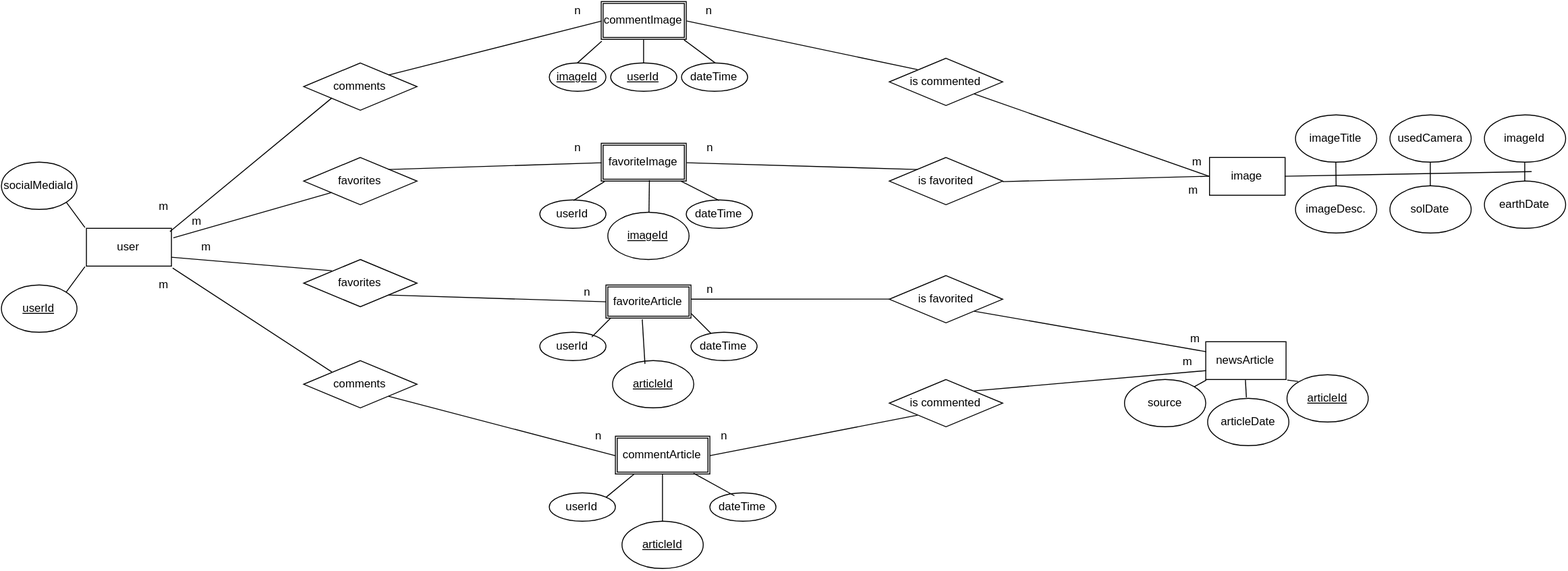
jordanv215/team-curiosity keeps this draw.io diagram as epic/media/entity-relationship-diagram.svg. Above is the earlier version. Source tidied: cells renumbered, new cells last; positions are measured from the earlier drawing's top-left corner, leaving out a move shared by most shapes. The source it was exported from:
```xml
<mxGraphModel background="#ffffff">
  <root>
    <mxCell id="0" />
    <mxCell id="1" parent="0" />
    <mxCell id="2" value="newsArticle" style="whiteSpace=wrap;html=1;" parent="1" vertex="1">
      <mxGeometry x="1275" y="360" width="85" height="40" as="geometry" />
    </mxCell>
    <mxCell id="3" value="image" style="whiteSpace=wrap;html=1;" parent="1" vertex="1">
      <mxGeometry x="1279" y="165" width="80" height="40" as="geometry" />
    </mxCell>
    <mxCell id="4" value="user" style="whiteSpace=wrap;html=1;" parent="1" vertex="1">
      <mxGeometry x="90" y="240" width="90" height="40" as="geometry" />
    </mxCell>
    <mxCell id="5" value="comments" style="rhombus;whiteSpace=wrap;html=1;" parent="1" vertex="1">
      <mxGeometry x="320" y="65" width="120" height="50" as="geometry" />
    </mxCell>
    <mxCell id="6" value="favorites" style="rhombus;whiteSpace=wrap;html=1;" parent="1" vertex="1">
      <mxGeometry x="320" y="273" width="120" height="50" as="geometry" />
    </mxCell>
    <mxCell id="7" value="is favorited" style="rhombus;whiteSpace=wrap;html=1;" parent="1" vertex="1">
      <mxGeometry x="940" y="290" width="120" height="50" as="geometry" />
    </mxCell>
    <mxCell id="8" value="is commented" style="rhombus;whiteSpace=wrap;html=1;" parent="1" vertex="1">
      <mxGeometry x="940" y="60" width="120" height="50" as="geometry" />
    </mxCell>
    <mxCell id="9" value="socialMediaId" style="ellipse;whiteSpace=wrap;html=1;" parent="1" vertex="1">
      <mxGeometry y="170" width="80" height="50" as="geometry" />
    </mxCell>
    <mxCell id="10" value="&lt;u&gt;userId&lt;/u&gt;" style="ellipse;whiteSpace=wrap;html=1;" parent="1" vertex="1">
      <mxGeometry y="300" width="80" height="50" as="geometry" />
    </mxCell>
    <mxCell id="11" value="commentImage" style="shape=ext;double=1;whiteSpace=wrap;html=1;" parent="1" vertex="1">
      <mxGeometry x="635" width="90" height="40" as="geometry" />
    </mxCell>
    <mxCell id="12" value="imageId" style="ellipse;whiteSpace=wrap;html=1;" parent="1" vertex="1">
      <mxGeometry x="1570" y="120" width="86" height="50" as="geometry" />
    </mxCell>
    <mxCell id="13" value="favoriteImage&lt;br&gt;" style="shape=ext;double=1;whiteSpace=wrap;html=1;" parent="1" vertex="1">
      <mxGeometry x="635" y="150" width="90" height="40" as="geometry" />
    </mxCell>
    <mxCell id="14" value="favoriteArticle" style="shape=ext;double=1;whiteSpace=wrap;html=1;" parent="1" vertex="1">
      <mxGeometry x="640" y="300" width="90" height="35" as="geometry" />
    </mxCell>
    <mxCell id="15" value="imageTitle" style="ellipse;whiteSpace=wrap;html=1;" parent="1" vertex="1">
      <mxGeometry x="1370" y="120" width="86" height="50" as="geometry" />
    </mxCell>
    <mxCell id="16" value="commentArticle" style="shape=ext;double=1;whiteSpace=wrap;html=1;" parent="1" vertex="1">
      <mxGeometry x="650" y="460" width="100" height="40" as="geometry" />
    </mxCell>
    <mxCell id="17" value="imageDesc." style="ellipse;whiteSpace=wrap;html=1;" parent="1" vertex="1">
      <mxGeometry x="1370" y="195" width="86" height="50" as="geometry" />
    </mxCell>
    <mxCell id="18" value="usedCamera" style="ellipse;whiteSpace=wrap;html=1;" parent="1" vertex="1">
      <mxGeometry x="1470" y="120" width="86" height="50" as="geometry" />
    </mxCell>
    <mxCell id="19" value="earthDate" style="ellipse;whiteSpace=wrap;html=1;" parent="1" vertex="1">
      <mxGeometry x="1570" y="190" width="86" height="50" as="geometry" />
    </mxCell>
    <mxCell id="20" value="solDate" style="ellipse;whiteSpace=wrap;html=1;" parent="1" vertex="1">
      <mxGeometry x="1470" y="195" width="86" height="50" as="geometry" />
    </mxCell>
    <mxCell id="21" value="is commented" style="rhombus;whiteSpace=wrap;html=1;" parent="1" vertex="1">
      <mxGeometry x="940" y="400" width="120" height="50" as="geometry" />
    </mxCell>
    <mxCell id="22" value="&lt;u&gt;articleId&lt;/u&gt;" style="ellipse;whiteSpace=wrap;html=1;" parent="1" vertex="1">
      <mxGeometry x="1361" y="395" width="86" height="50" as="geometry" />
    </mxCell>
    <mxCell id="23" value="source" style="ellipse;whiteSpace=wrap;html=1;" parent="1" vertex="1">
      <mxGeometry x="1189" y="400" width="86" height="50" as="geometry" />
    </mxCell>
    <mxCell id="24" value="is favorited" style="rhombus;whiteSpace=wrap;html=1;" parent="1" vertex="1">
      <mxGeometry x="940" y="165" width="120" height="50" as="geometry" />
    </mxCell>
    <mxCell id="25" value="articleDate" style="ellipse;whiteSpace=wrap;html=1;" parent="1" vertex="1">
      <mxGeometry x="1277" y="420" width="86" height="50" as="geometry" />
    </mxCell>
    <mxCell id="26" value="comments" style="rhombus;whiteSpace=wrap;html=1;" parent="1" vertex="1">
      <mxGeometry x="320" y="380" width="120" height="50" as="geometry" />
    </mxCell>
    <mxCell id="27" value="favorites" style="rhombus;whiteSpace=wrap;html=1;" parent="1" vertex="1">
      <mxGeometry x="320" y="165" width="120" height="50" as="geometry" />
    </mxCell>
    <mxCell id="28" value="dateTime" style="ellipse;whiteSpace=wrap;html=1;" parent="1" vertex="1">
      <mxGeometry x="720" y="65" width="70" height="30" as="geometry" />
    </mxCell>
    <mxCell id="29" value="&lt;u&gt;userId&lt;/u&gt;" style="ellipse;whiteSpace=wrap;html=1;" parent="1" vertex="1">
      <mxGeometry x="645" y="65" width="70" height="30" as="geometry" />
    </mxCell>
    <mxCell id="30" value="&lt;u&gt;imageId&lt;/u&gt;" style="ellipse;whiteSpace=wrap;html=1;" parent="1" vertex="1">
      <mxGeometry x="580" y="65" width="60" height="30" as="geometry" />
    </mxCell>
    <mxCell id="31" value="dateTime" style="ellipse;whiteSpace=wrap;html=1;" parent="1" vertex="1">
      <mxGeometry x="730" y="350" width="70" height="30" as="geometry" />
    </mxCell>
    <mxCell id="32" value="dateTime" style="ellipse;whiteSpace=wrap;html=1;" parent="1" vertex="1">
      <mxGeometry x="750" y="520" width="70" height="30" as="geometry" />
    </mxCell>
    <mxCell id="33" value="dateTime" style="ellipse;whiteSpace=wrap;html=1;" parent="1" vertex="1">
      <mxGeometry x="725" y="210" width="70" height="30" as="geometry" />
    </mxCell>
    <mxCell id="34" value="userId" style="ellipse;whiteSpace=wrap;html=1;" parent="1" vertex="1">
      <mxGeometry x="570" y="210" width="70" height="30" as="geometry" />
    </mxCell>
    <mxCell id="35" value="userId" style="ellipse;whiteSpace=wrap;html=1;" parent="1" vertex="1">
      <mxGeometry x="570" y="350" width="70" height="30" as="geometry" />
    </mxCell>
    <mxCell id="36" style="endArrow=none;html=1;entryX=0.011;entryY=1.05;entryPerimeter=0;exitX=0.5;exitY=0;" parent="1" edge="1" source="30" target="11">
      <mxGeometry relative="1" as="geometry" />
    </mxCell>
    <mxCell id="37" value="userId" style="ellipse;whiteSpace=wrap;html=1;" parent="1" vertex="1">
      <mxGeometry x="580" y="520" width="70" height="30" as="geometry" />
    </mxCell>
    <mxCell id="38" style="endArrow=none;html=1;entryX=0.5;entryY=1;exitX=0.5;exitY=0;" parent="1" edge="1" source="29" target="11">
      <mxGeometry relative="1" as="geometry" />
    </mxCell>
    <mxCell id="39" style="endArrow=none;html=1;exitX=0.5;exitY=0;entryX=0.967;entryY=1.025;entryPerimeter=0;" parent="1" edge="1" source="28" target="11">
      <mxGeometry relative="1" as="geometry" />
    </mxCell>
    <mxCell id="40" value="&lt;u&gt;imageId&lt;/u&gt;" style="ellipse;whiteSpace=wrap;html=1;" parent="1" vertex="1">
      <mxGeometry x="642" y="223" width="86" height="50" as="geometry" />
    </mxCell>
    <mxCell id="41" style="endArrow=none;html=1;exitX=-0.011;exitY=-0.025;exitPerimeter=0;entryX=1;entryY=1;" parent="1" edge="1" source="4" target="9">
      <mxGeometry relative="1" as="geometry" />
    </mxCell>
    <mxCell id="42" style="endArrow=none;html=1;exitX=-0.022;exitY=1.025;exitPerimeter=0;entryX=1;entryY=0;" parent="1" edge="1" source="4" target="10">
      <mxGeometry relative="1" as="geometry" />
    </mxCell>
    <mxCell id="43" style="endArrow=none;html=1;entryX=0;entryY=1;exitX=0.989;exitY=0.075;exitPerimeter=0;" parent="1" edge="1" source="4" target="5">
      <mxGeometry relative="1" as="geometry" />
    </mxCell>
    <mxCell id="44" style="endArrow=none;html=1;entryX=0;entryY=1;" parent="1" edge="1" target="27">
      <mxGeometry relative="1" as="geometry">
        <mxPoint x="182" y="250" as="sourcePoint" />
      </mxGeometry>
    </mxCell>
    <mxCell id="45" value="&lt;u&gt;articleId&lt;/u&gt;" style="ellipse;whiteSpace=wrap;html=1;" parent="1" vertex="1">
      <mxGeometry x="647" y="380" width="86" height="50" as="geometry" />
    </mxCell>
    <mxCell id="46" value="&lt;u&gt;articleId&lt;/u&gt;" style="ellipse;whiteSpace=wrap;html=1;" parent="1" vertex="1">
      <mxGeometry x="657" y="550" width="86" height="50" as="geometry" />
    </mxCell>
    <mxCell id="47" style="endArrow=none;html=1;entryX=0;entryY=0;exitX=1;exitY=0.75;" parent="1" edge="1" source="4" target="6">
      <mxGeometry relative="1" as="geometry" />
    </mxCell>
    <mxCell id="48" style="endArrow=none;html=1;entryX=0;entryY=0;exitX=1.011;exitY=1.05;exitPerimeter=0;" parent="1" edge="1" source="4" target="26">
      <mxGeometry relative="1" as="geometry" />
    </mxCell>
    <mxCell id="49" style="endArrow=none;html=1;" parent="1" edge="1">
      <mxGeometry relative="1" as="geometry">
        <mxPoint x="625" y="355" as="sourcePoint" />
        <mxPoint x="645" y="335" as="targetPoint" />
      </mxGeometry>
    </mxCell>
    <mxCell id="50" style="endArrow=none;html=1;entryX=0.433;entryY=1.029;entryPerimeter=0;exitX=0.395;exitY=0.06;exitPerimeter=0;" parent="1" edge="1" source="45" target="14">
      <mxGeometry relative="1" as="geometry" />
    </mxCell>
    <mxCell id="51" style="endArrow=none;html=1;exitX=0;exitY=0.5;entryX=1;entryY=0;" parent="1" edge="1" source="11" target="5">
      <mxGeometry relative="1" as="geometry" />
    </mxCell>
    <mxCell id="52" style="endArrow=none;html=1;entryX=0;entryY=0.5;exitX=1;exitY=0;" parent="1" edge="1" source="27" target="13">
      <mxGeometry relative="1" as="geometry" />
    </mxCell>
    <mxCell id="53" style="endArrow=none;html=1;" parent="1" edge="1" target="31">
      <mxGeometry relative="1" as="geometry">
        <mxPoint x="730" y="330" as="sourcePoint" />
      </mxGeometry>
    </mxCell>
    <mxCell id="54" style="endArrow=none;html=1;entryX=0;entryY=0.5;exitX=1;exitY=1;" parent="1" edge="1" source="6" target="14">
      <mxGeometry relative="1" as="geometry" />
    </mxCell>
    <mxCell id="55" style="endArrow=none;html=1;entryX=0;entryY=0.5;exitX=1;exitY=1;" parent="1" edge="1" source="26" target="16">
      <mxGeometry relative="1" as="geometry" />
    </mxCell>
    <mxCell id="56" style="endArrow=none;html=1;exitX=1;exitY=0;" parent="1" edge="1" source="37">
      <mxGeometry relative="1" as="geometry">
        <mxPoint x="670" y="500" as="targetPoint" />
      </mxGeometry>
    </mxCell>
    <mxCell id="57" style="endArrow=none;html=1;exitX=0.5;exitY=0;" parent="1" edge="1" source="40">
      <mxGeometry relative="1" as="geometry">
        <mxPoint x="686" y="189" as="targetPoint" />
      </mxGeometry>
    </mxCell>
    <mxCell id="58" style="endArrow=none;html=1;entryX=0.5;entryY=1;exitX=0.5;exitY=0;" parent="1" edge="1" source="46" target="16">
      <mxGeometry relative="1" as="geometry" />
    </mxCell>
    <mxCell id="59" style="endArrow=none;html=1;exitX=0.82;exitY=0.975;exitPerimeter=0;" parent="1" edge="1" source="16">
      <mxGeometry relative="1" as="geometry">
        <mxPoint x="776" y="523" as="targetPoint" />
      </mxGeometry>
    </mxCell>
    <mxCell id="60" style="endArrow=none;html=1;entryX=0;entryY=0;exitX=1;exitY=0.5;" parent="1" edge="1" source="11" target="8">
      <mxGeometry relative="1" as="geometry" />
    </mxCell>
    <mxCell id="61" style="endArrow=none;html=1;exitX=0;exitY=0;entryX=1;entryY=0.5;" parent="1" edge="1" source="24" target="13">
      <mxGeometry relative="1" as="geometry" />
    </mxCell>
    <mxCell id="62" style="endArrow=none;html=1;entryX=0.5;entryY=0;" parent="1" edge="1" source="13" target="33">
      <mxGeometry relative="1" as="geometry" />
    </mxCell>
    <mxCell id="63" style="endArrow=none;html=1;exitX=0.5;exitY=0;entryX=0.044;entryY=1.025;entryPerimeter=0;" parent="1" edge="1" source="34" target="13">
      <mxGeometry relative="1" as="geometry" />
    </mxCell>
    <mxCell id="64" style="endArrow=none;html=1;entryX=0;entryY=0.5;" parent="1" edge="1" target="7">
      <mxGeometry relative="1" as="geometry">
        <mxPoint x="730" y="315" as="sourcePoint" />
      </mxGeometry>
    </mxCell>
    <mxCell id="65" style="endArrow=none;html=1;exitX=1;exitY=0.5;entryX=0;entryY=1;" parent="1" edge="1" source="16" target="21">
      <mxGeometry relative="1" as="geometry" />
    </mxCell>
    <mxCell id="66" style="endArrow=none;html=1;entryX=0;entryY=0.25;exitX=1;exitY=1;" parent="1" edge="1" source="7" target="2">
      <mxGeometry relative="1" as="geometry" />
    </mxCell>
    <mxCell id="67" style="endArrow=none;html=1;exitX=1;exitY=0.5;entryX=0;entryY=0.5;" parent="1" edge="1" source="24" target="3">
      <mxGeometry relative="1" as="geometry" />
    </mxCell>
    <mxCell id="68" style="endArrow=none;html=1;entryX=0;entryY=0.75;exitX=1;exitY=0;" parent="1" edge="1" source="21" target="2">
      <mxGeometry relative="1" as="geometry" />
    </mxCell>
    <mxCell id="69" style="endArrow=none;html=1;entryX=1;entryY=1;exitX=0;exitY=0.5;" parent="1" edge="1" source="3" target="8">
      <mxGeometry relative="1" as="geometry" />
    </mxCell>
    <mxCell id="70" style="endArrow=none;html=1;exitX=1;exitY=0.5;" parent="1" edge="1" source="3">
      <mxGeometry relative="1" as="geometry">
        <mxPoint x="1620" y="180" as="targetPoint" />
      </mxGeometry>
    </mxCell>
    <mxCell id="71" style="endArrow=none;html=1;entryX=0;entryY=1.025;entryPerimeter=0;exitX=1;exitY=0;" parent="1" edge="1" source="23" target="2">
      <mxGeometry relative="1" as="geometry" />
    </mxCell>
    <mxCell id="72" style="endArrow=none;html=1;entryX=0.5;entryY=1;" parent="1" edge="1" target="2">
      <mxGeometry relative="1" as="geometry">
        <mxPoint x="1318" y="419" as="sourcePoint" />
      </mxGeometry>
    </mxCell>
    <mxCell id="73" style="endArrow=none;html=1;entryX=0.5;entryY=1;" parent="1" edge="1" source="17" target="15">
      <mxGeometry relative="1" as="geometry" />
    </mxCell>
    <mxCell id="74" style="endArrow=none;html=1;exitX=0.5;exitY=0;entryX=0.5;entryY=1;" parent="1" edge="1" source="20" target="18">
      <mxGeometry relative="1" as="geometry" />
    </mxCell>
    <mxCell id="75" style="endArrow=none;html=1;entryX=0;entryY=0;exitX=1.012;exitY=1.025;exitPerimeter=0;" parent="1" edge="1" source="2" target="22">
      <mxGeometry relative="1" as="geometry" />
    </mxCell>
    <mxCell id="76" style="endArrow=none;html=1;exitX=0.5;exitY=0;entryX=0.5;entryY=1;" parent="1" edge="1" source="19" target="12">
      <mxGeometry relative="1" as="geometry" />
    </mxCell>
    <mxCell id="77" value="n" style="text;html=1;align=left;verticalAlign=top;spacingTop=-4;" parent="1" vertex="1">
      <mxGeometry x="744" width="20" height="20" as="geometry" />
    </mxCell>
    <mxCell id="78" value="n" style="text;html=1;align=left;verticalAlign=top;spacingTop=-4;" parent="1" vertex="1">
      <mxGeometry x="605" width="20" height="20" as="geometry" />
    </mxCell>
    <mxCell id="79" value="n" style="text;html=1;align=left;verticalAlign=top;spacingTop=-4;" parent="1" vertex="1">
      <mxGeometry x="605" y="145" width="20" height="20" as="geometry" />
    </mxCell>
    <mxCell id="80" value="n" style="text;html=1;align=left;verticalAlign=top;spacingTop=-4;" parent="1" vertex="1">
      <mxGeometry x="745" y="145" width="20" height="20" as="geometry" />
    </mxCell>
    <mxCell id="81" value="m" style="text;html=1;align=left;verticalAlign=top;spacingTop=-4;" parent="1" vertex="1">
      <mxGeometry x="1259" y="160" width="30" height="20" as="geometry" />
    </mxCell>
    <mxCell id="82" value="m" style="text;html=1;align=left;verticalAlign=top;spacingTop=-4;" parent="1" vertex="1">
      <mxGeometry x="1255" y="190" width="30" height="20" as="geometry" />
    </mxCell>
    <mxCell id="83" value="m" style="text;html=1;align=left;verticalAlign=top;spacingTop=-4;" parent="1" vertex="1">
      <mxGeometry x="1257" y="347" width="30" height="20" as="geometry" />
    </mxCell>
    <mxCell id="84" value="m" style="text;html=1;align=left;verticalAlign=top;spacingTop=-4;" parent="1" vertex="1">
      <mxGeometry x="1249" y="371" width="30" height="20" as="geometry" />
    </mxCell>
    <mxCell id="85" value="m" style="text;html=1;align=left;verticalAlign=top;spacingTop=-4;" parent="1" vertex="1">
      <mxGeometry x="165" y="207" width="30" height="20" as="geometry" />
    </mxCell>
    <mxCell id="86" value="m" style="text;html=1;align=left;verticalAlign=top;spacingTop=-4;" parent="1" vertex="1">
      <mxGeometry x="200" y="223" width="30" height="20" as="geometry" />
    </mxCell>
    <mxCell id="87" value="m" style="text;html=1;align=left;verticalAlign=top;spacingTop=-4;" parent="1" vertex="1">
      <mxGeometry x="210" y="250" width="30" height="20" as="geometry" />
    </mxCell>
    <mxCell id="88" value="m" style="text;html=1;align=left;verticalAlign=top;spacingTop=-4;" parent="1" vertex="1">
      <mxGeometry x="165" y="290" width="30" height="20" as="geometry" />
    </mxCell>
    <mxCell id="89" value="n" style="text;html=1;align=left;verticalAlign=top;spacingTop=-4;" parent="1" vertex="1">
      <mxGeometry x="615" y="298" width="20" height="20" as="geometry" />
    </mxCell>
    <mxCell id="90" value="n" style="text;html=1;align=left;verticalAlign=top;spacingTop=-4;" parent="1" vertex="1">
      <mxGeometry x="745" y="295" width="20" height="20" as="geometry" />
    </mxCell>
    <mxCell id="91" value="n" style="text;html=1;align=left;verticalAlign=top;spacingTop=-4;" parent="1" vertex="1">
      <mxGeometry x="627" y="450" width="20" height="20" as="geometry" />
    </mxCell>
    <mxCell id="92" value="n" style="text;html=1;align=left;verticalAlign=top;spacingTop=-4;" parent="1" vertex="1">
      <mxGeometry x="760" y="450" width="20" height="20" as="geometry" />
    </mxCell>
  </root>
</mxGraphModel>
```
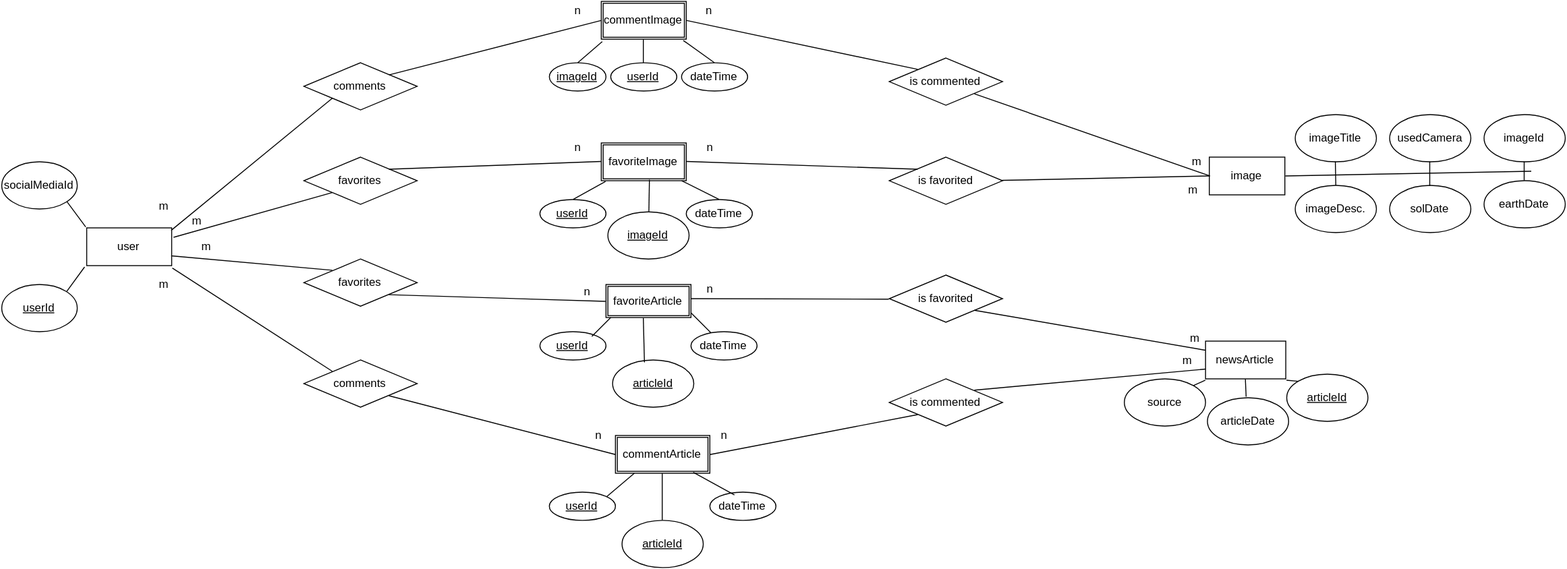
The same diagram one commit later.

Diff of the diagram source:
```diff
@@ -98,16 +98,16 @@
     <mxCell id="33" value="dateTime" style="ellipse;whiteSpace=wrap;html=1;" parent="1" vertex="1">
       <mxGeometry x="725" y="210" width="70" height="30" as="geometry" />
     </mxCell>
-    <mxCell id="34" value="userId" style="ellipse;whiteSpace=wrap;html=1;" parent="1" vertex="1">
+    <mxCell id="34" value="&lt;u&gt;userId&lt;/u&gt;" style="ellipse;whiteSpace=wrap;html=1;" parent="1" vertex="1">
       <mxGeometry x="570" y="210" width="70" height="30" as="geometry" />
     </mxCell>
-    <mxCell id="35" value="userId" style="ellipse;whiteSpace=wrap;html=1;" parent="1" vertex="1">
+    <mxCell id="35" value="&lt;u&gt;userId&lt;/u&gt;" style="ellipse;whiteSpace=wrap;html=1;" parent="1" vertex="1">
       <mxGeometry x="570" y="350" width="70" height="30" as="geometry" />
     </mxCell>
     <mxCell id="36" style="endArrow=none;html=1;entryX=0.011;entryY=1.05;entryPerimeter=0;exitX=0.5;exitY=0;" parent="1" edge="1" source="30" target="11">
       <mxGeometry relative="1" as="geometry" />
     </mxCell>
-    <mxCell id="37" value="userId" style="ellipse;whiteSpace=wrap;html=1;" parent="1" vertex="1">
+    <mxCell id="37" value="&lt;u&gt;userId&lt;/u&gt;" style="ellipse;whiteSpace=wrap;html=1;" parent="1" vertex="1">
       <mxGeometry x="580" y="520" width="70" height="30" as="geometry" />
     </mxCell>
     <mxCell id="38" style="endArrow=none;html=1;entryX=0.5;entryY=1;exitX=0.5;exitY=0;" parent="1" edge="1" source="29" target="11">
```
